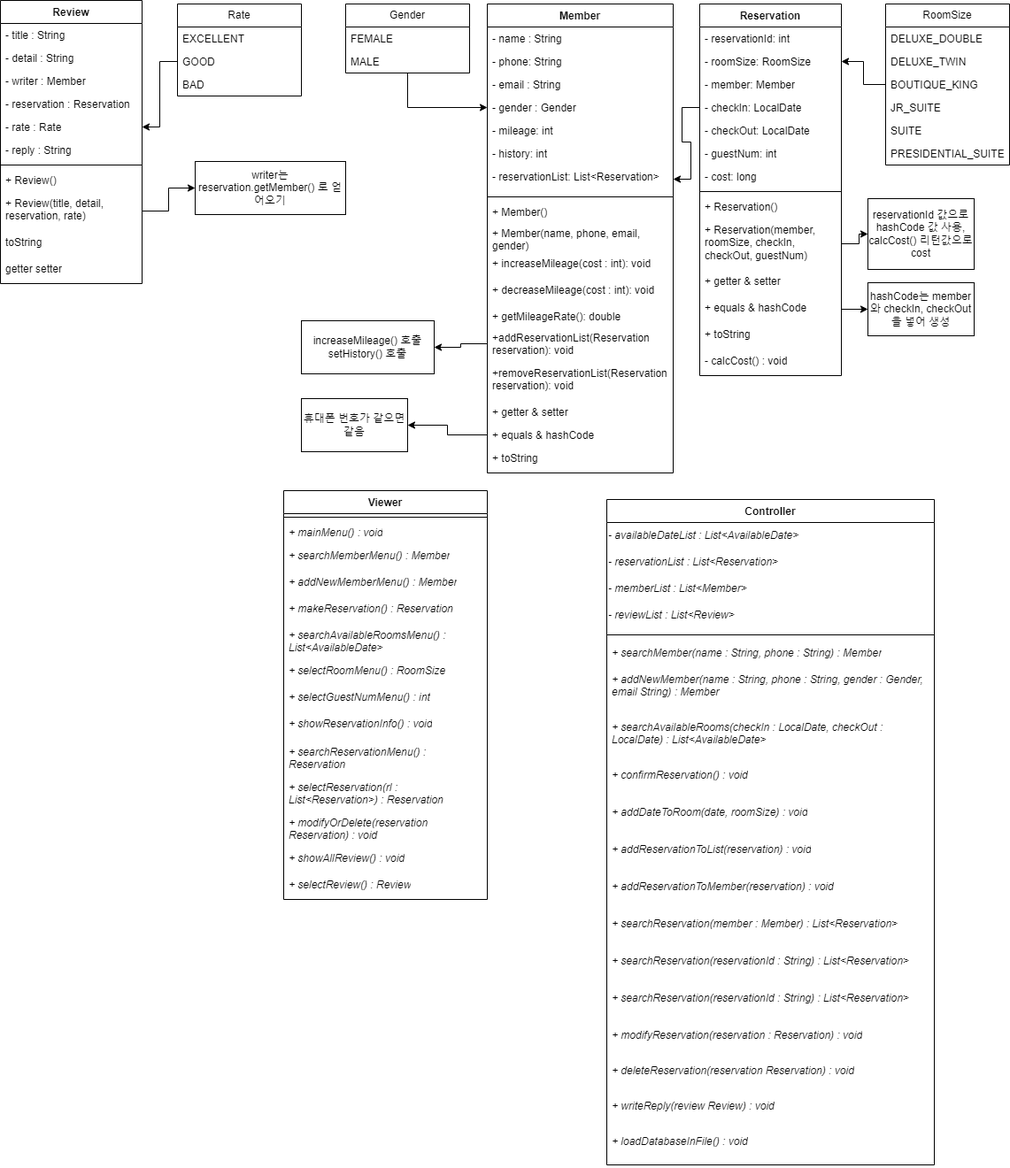
The draw.io diagram flow chart/클래스 다이어그램.png in zoseonghun/hotel-reservation-program, before a commit. Source tidied: cells renumbered, new cells last; positions are measured from the earlier drawing's top-left corner, leaving out a move shared by most shapes.
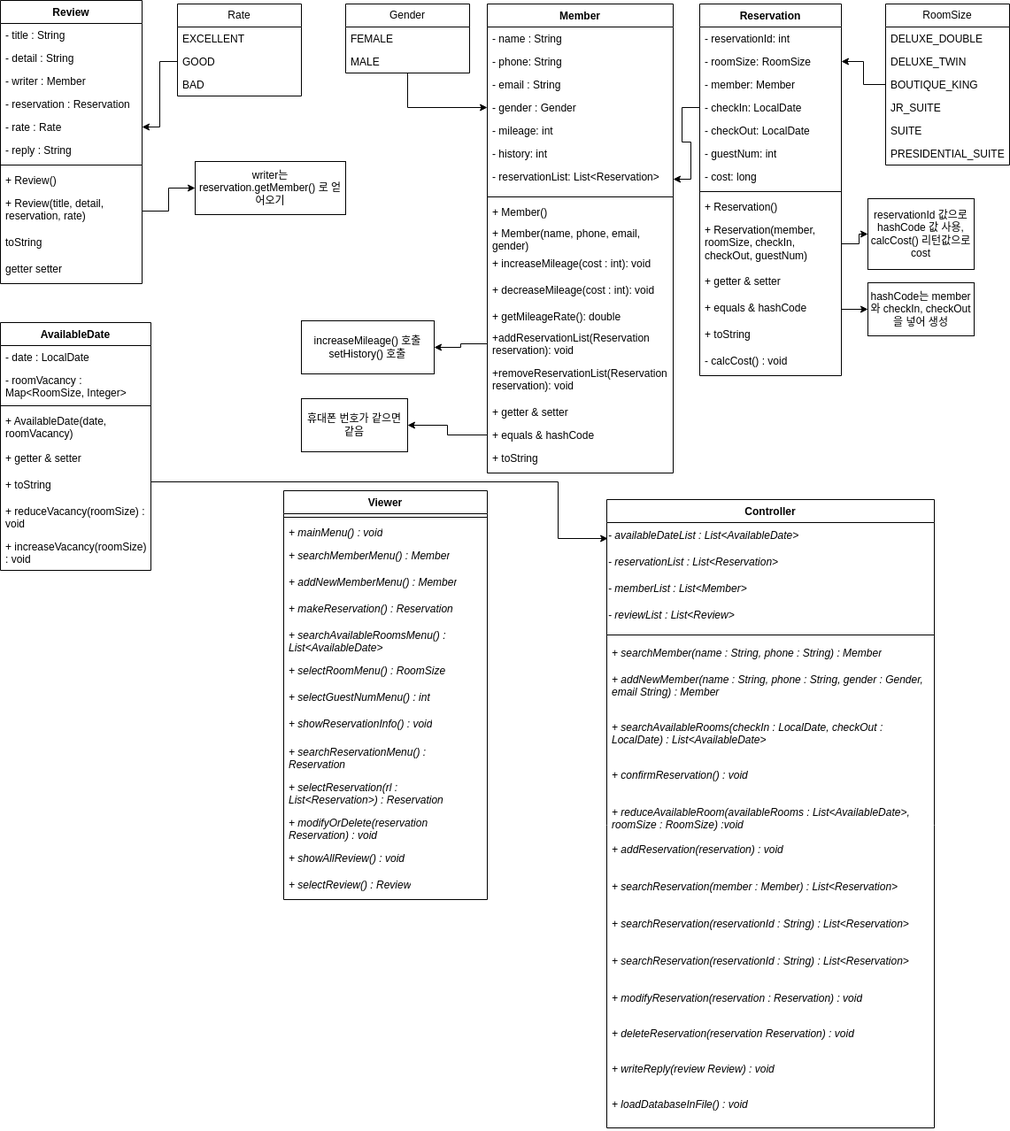
After the change.

What changed in the source:
```diff
@@ -186,7 +186,7 @@
       <mxGeometry y="432" width="230" height="30" as="geometry" />
     </mxCell>
     <mxCell id="63" value="Controller" style="swimlane;fontStyle=1;align=center;verticalAlign=top;horizontal=1;startSize=26;whiteSpace=wrap;html=1;" parent="1" vertex="1">
-      <mxGeometry x="685" y="564" width="370" height="752" as="geometry" />
+      <mxGeometry x="685" y="564" width="370" height="710" as="geometry" />
     </mxCell>
     <mxCell id="64" value="&lt;i&gt;- availableDateList : List&amp;lt;AvailableDate&amp;gt;&lt;/i&gt;" style="text;html=1;align=left;verticalAlign=middle;points=[];strokeColor=none;fillColor=none;" parent="63" vertex="1">
       <mxGeometry y="26" width="370" height="30" as="geometry" />
@@ -215,35 +215,32 @@
     <mxCell id="72" value="&lt;i&gt;+ confirmReservation() : void&lt;/i&gt;" style="text;strokeColor=none;fillColor=none;align=left;verticalAlign=top;spacingLeft=4;spacingRight=4;overflow=hidden;whiteSpace=wrap;html=1;" parent="63" vertex="1">
       <mxGeometry y="298" width="370" height="42" as="geometry" />
     </mxCell>
-    <mxCell id="73" value="&lt;i&gt;+ addDateToRoom(date, roomSize) : void&lt;/i&gt;" style="text;strokeColor=none;fillColor=none;align=left;verticalAlign=top;spacingLeft=4;spacingRight=4;overflow=hidden;whiteSpace=wrap;html=1;" parent="63" vertex="1">
+    <mxCell id="73" value="&lt;i&gt;+ reduceAvailableRoom(availableRooms : List&amp;lt;AvailableDate&amp;gt;, roomSize : RoomSize) :void&lt;/i&gt;" style="text;strokeColor=none;fillColor=none;align=left;verticalAlign=top;spacingLeft=4;spacingRight=4;overflow=hidden;whiteSpace=wrap;html=1;" parent="63" vertex="1">
       <mxGeometry y="340" width="370" height="42" as="geometry" />
     </mxCell>
-    <mxCell id="74" value="&lt;i&gt;+ addReservationToList(reservation) : void&lt;/i&gt;" style="text;strokeColor=none;fillColor=none;align=left;verticalAlign=top;spacingLeft=4;spacingRight=4;overflow=hidden;whiteSpace=wrap;html=1;" parent="63" vertex="1">
+    <mxCell id="74" value="&lt;i&gt;+ addReservation(reservation) : void&lt;/i&gt;" style="text;strokeColor=none;fillColor=none;align=left;verticalAlign=top;spacingLeft=4;spacingRight=4;overflow=hidden;whiteSpace=wrap;html=1;" parent="63" vertex="1">
       <mxGeometry y="382" width="370" height="42" as="geometry" />
     </mxCell>
-    <mxCell id="75" value="&lt;i&gt;+ addReservationToMember(reservation) : void&lt;/i&gt;" style="text;strokeColor=none;fillColor=none;align=left;verticalAlign=top;spacingLeft=4;spacingRight=4;overflow=hidden;whiteSpace=wrap;html=1;" parent="63" vertex="1">
-      <mxGeometry y="424" width="370" height="42" as="geometry" />
-    </mxCell>
     <mxCell id="76" value="&lt;i&gt;+ searchReservation(member : Member) : List&amp;lt;Reservation&amp;gt;&lt;/i&gt;" style="text;strokeColor=none;fillColor=none;align=left;verticalAlign=top;spacingLeft=4;spacingRight=4;overflow=hidden;whiteSpace=wrap;html=1;" parent="63" vertex="1">
-      <mxGeometry y="466" width="370" height="42" as="geometry" />
+      <mxGeometry y="424" width="370" height="42" as="geometry" />
     </mxCell>
     <mxCell id="77" value="&lt;i&gt;+ searchReservation(reservationId : String) : List&amp;lt;Reservation&amp;gt;&lt;/i&gt;" style="text;strokeColor=none;fillColor=none;align=left;verticalAlign=top;spacingLeft=4;spacingRight=4;overflow=hidden;whiteSpace=wrap;html=1;" parent="63" vertex="1">
-      <mxGeometry y="508" width="370" height="42" as="geometry" />
+      <mxGeometry y="466" width="370" height="42" as="geometry" />
     </mxCell>
     <mxCell id="78" value="&lt;i&gt;+ searchReservation(reservationId : String) : List&amp;lt;Reservation&amp;gt;&lt;/i&gt;" style="text;strokeColor=none;fillColor=none;align=left;verticalAlign=top;spacingLeft=4;spacingRight=4;overflow=hidden;whiteSpace=wrap;html=1;" parent="63" vertex="1">
-      <mxGeometry y="550" width="370" height="42" as="geometry" />
+      <mxGeometry y="508" width="370" height="42" as="geometry" />
     </mxCell>
     <mxCell id="79" value="&lt;i&gt;+ modifyReservation(reservation : Reservation) : void&lt;/i&gt;" style="text;strokeColor=none;fillColor=none;align=left;verticalAlign=top;spacingLeft=4;spacingRight=4;overflow=hidden;whiteSpace=wrap;html=1;" parent="63" vertex="1">
-      <mxGeometry y="592" width="370" height="40" as="geometry" />
+      <mxGeometry y="550" width="370" height="40" as="geometry" />
     </mxCell>
     <mxCell id="80" value="&lt;i&gt;+ deleteReservation(reservation Reservation) : void&lt;/i&gt;" style="text;strokeColor=none;fillColor=none;align=left;verticalAlign=top;spacingLeft=4;spacingRight=4;overflow=hidden;whiteSpace=wrap;html=1;" parent="63" vertex="1">
-      <mxGeometry y="632" width="370" height="40" as="geometry" />
+      <mxGeometry y="590" width="370" height="40" as="geometry" />
     </mxCell>
     <mxCell id="81" value="&lt;i&gt;+ writeReply(review Review) : void&lt;/i&gt;" style="text;strokeColor=none;fillColor=none;align=left;verticalAlign=top;spacingLeft=4;spacingRight=4;overflow=hidden;whiteSpace=wrap;html=1;" parent="63" vertex="1">
-      <mxGeometry y="672" width="370" height="40" as="geometry" />
+      <mxGeometry y="630" width="370" height="40" as="geometry" />
     </mxCell>
     <mxCell id="82" value="&lt;i&gt;+ loadDatabaseInFile() : void&lt;/i&gt;" style="text;strokeColor=none;fillColor=none;align=left;verticalAlign=top;spacingLeft=4;spacingRight=4;overflow=hidden;whiteSpace=wrap;html=1;" parent="63" vertex="1">
-      <mxGeometry y="712" width="370" height="40" as="geometry" />
+      <mxGeometry y="670" width="370" height="40" as="geometry" />
     </mxCell>
     <mxCell id="83" style="edgeStyle=orthogonalEdgeStyle;rounded=0;jettySize=auto;html=1;entryX=1;entryY=0.5;entryDx=0;entryDy=0;" parent="1" edge="1" source="25" target="9">
       <mxGeometry relative="1" as="geometry" />
@@ -329,5 +326,42 @@
     <mxCell id="110" style="edgeStyle=orthogonalEdgeStyle;rounded=0;jettySize=auto;html=1;" parent="1" edge="1" source="101" target="109">
       <mxGeometry relative="1" as="geometry" />
     </mxCell>
+    <mxCell id="111" value="AvailableDate" style="swimlane;fontStyle=1;align=center;verticalAlign=top;horizontal=1;startSize=26;whiteSpace=wrap;html=1;" parent="1" vertex="1">
+      <mxGeometry y="364" width="170" height="280" as="geometry" />
+    </mxCell>
+    <mxCell id="112" value="- date : LocalDate" style="text;strokeColor=none;fillColor=none;align=left;verticalAlign=top;spacingLeft=4;spacingRight=4;overflow=hidden;whiteSpace=wrap;html=1;" parent="111" vertex="1">
+      <mxGeometry y="26" width="170" height="26" as="geometry" />
+    </mxCell>
+    <mxCell id="113" value="- roomVacancy : Map&amp;lt;RoomSize, Integer&amp;gt;" style="text;strokeColor=none;fillColor=none;align=left;verticalAlign=top;spacingLeft=4;spacingRight=4;overflow=hidden;whiteSpace=wrap;html=1;" parent="111" vertex="1">
+      <mxGeometry y="52" width="170" height="38" as="geometry" />
+    </mxCell>
+    <mxCell id="114" style="line;strokeWidth=1;fillColor=none;align=left;verticalAlign=middle;spacingTop=-1;spacingLeft=3;spacingRight=3;labelPosition=right;strokeColor=inherit;" parent="111" vertex="1">
+      <mxGeometry y="90" width="170" height="8" as="geometry" />
+    </mxCell>
+    <mxCell id="115" value="+ AvailableDate(date, roomVacancy)" style="text;strokeColor=none;fillColor=none;align=left;verticalAlign=top;spacingLeft=4;spacingRight=4;overflow=hidden;whiteSpace=wrap;html=1;" parent="111" vertex="1">
+      <mxGeometry y="98" width="170" height="42" as="geometry" />
+    </mxCell>
+    <mxCell id="116" value="+ getter &amp;amp; setter" style="text;strokeColor=none;fillColor=none;align=left;verticalAlign=top;spacingLeft=4;spacingRight=4;overflow=hidden;whiteSpace=wrap;html=1;" parent="111" vertex="1">
+      <mxGeometry y="140" width="170" height="30" as="geometry" />
+    </mxCell>
+    <mxCell id="117" value="+ toString" style="text;strokeColor=none;fillColor=none;align=left;verticalAlign=top;spacingLeft=4;spacingRight=4;overflow=hidden;whiteSpace=wrap;html=1;" parent="111" vertex="1">
+      <mxGeometry y="170" width="170" height="30" as="geometry" />
+    </mxCell>
+    <mxCell id="118" value="+ reduceVacancy(roomSize) : void" style="text;strokeColor=none;fillColor=none;align=left;verticalAlign=top;spacingLeft=4;spacingRight=4;overflow=hidden;whiteSpace=wrap;html=1;" parent="111" vertex="1">
+      <mxGeometry y="200" width="170" height="40" as="geometry" />
+    </mxCell>
+    <mxCell id="119" value="+ increaseVacancy(roomSize) : void" style="text;strokeColor=none;fillColor=none;align=left;verticalAlign=top;spacingLeft=4;spacingRight=4;overflow=hidden;whiteSpace=wrap;html=1;" parent="111" vertex="1">
+      <mxGeometry y="240" width="170" height="40" as="geometry" />
+    </mxCell>
+    <mxCell id="120" style="edgeStyle=orthogonalEdgeStyle;rounded=0;jettySize=auto;html=1;entryX=0.003;entryY=0.6;entryDx=0;entryDy=0;entryPerimeter=0;" parent="1" edge="1" target="64">
+      <mxGeometry relative="1" as="geometry">
+        <mxPoint x="170" y="544" as="sourcePoint" />
+        <Array as="points">
+          <mxPoint x="170" y="544" />
+          <mxPoint x="630" y="544" />
+          <mxPoint x="630" y="608" />
+        </Array>
+      </mxGeometry>
+    </mxCell>
   </root>
 </mxGraphModel>
```
